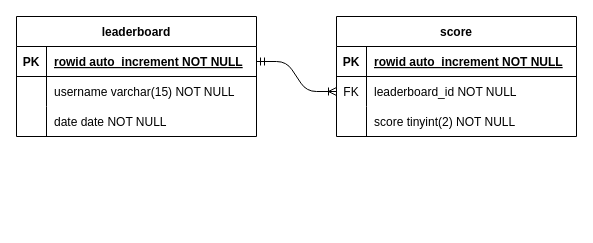
Before: evidence/databasePlanning.drawio in hdert/python-dungeons, a draw.io diagram. Source tidied: cells renumbered, new cells numbered last; positions are measured from the earlier drawing's top-left corner, leaving out a move shared by most shapes. Both pictures are drawn from the tidied source at 100%, with x=0, y=0 at pixel (16, 16).
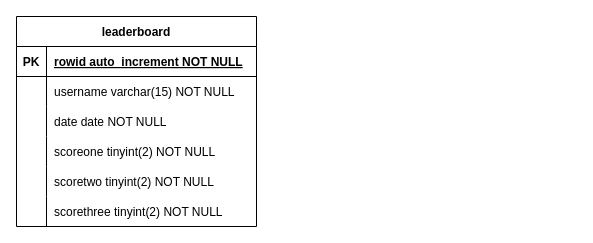
The same diagram, later.

Unchanged cells that the change refers to:
```xml
<mxCell id="4" style="shape=partialRectangle;fillColor=none;top=0;left=0;bottom=1;right=0;points=[[0,0.5],[1,0.5]];portConstraint=eastwest;" parent="3" vertex="1">
  <mxGeometry y="30" width="240" height="30" as="geometry" />
</mxCell>
```

What changed in the source:
```diff
@@
-    <mxCell id="2" style="edgeStyle=entityRelationEdgeStyle;fontSize=12;html=1;endArrow=ERoneToMany;startArrow=ERmandOne;endFill=0;startFill=0;" parent="1" edge="1" source="4" target="17">
-      <mxGeometry relative="1" as="geometry" />
-    </mxCell>
     <mxCell id="3" value="leaderboard" style="shape=table;startSize=30;childLayout=tableLayout;rowLines=0;fontStyle=1;align=center;" parent="1" vertex="1">
-      <mxGeometry width="240" height="120" as="geometry" />
+      <mxGeometry width="240" height="210" as="geometry" />
     </mxCell>
@@
-    <mxCell id="13" value="score" style="shape=table;startSize=30;childLayout=tableLayout;rowLines=0;fontStyle=1;align=center;" parent="1" vertex="1">
-      <mxGeometry x="320" width="240" height="120" as="geometry" />
-    </mxCell>
-    <mxCell id="14" style="shape=partialRectangle;fillColor=none;top=0;left=0;bottom=1;right=0;" parent="13" vertex="1">
-      <mxGeometry y="30" width="240" height="30" as="geometry" />
-    </mxCell>
-    <mxCell id="15" value="PK" style="shape=partialRectangle;fillColor=none;top=0;left=0;bottom=0;right=0;fontStyle=1;overflow=hidden;" parent="14" vertex="1">
-      <mxGeometry width="30" height="30" as="geometry" />
-    </mxCell>
-    <mxCell id="16" value="rowid auto_increment NOT NULL" style="shape=partialRectangle;fillColor=none;top=0;left=0;bottom=0;right=0;align=left;spacingLeft=6;fontStyle=5;overflow=hidden;" parent="14" vertex="1">
-      <mxGeometry x="30" width="210" height="30" as="geometry" />
-    </mxCell>
-    <mxCell id="17" style="shape=partialRectangle;fillColor=none;top=0;left=0;bottom=0;right=0;points=[[0,0.5],[1,0.5]];portConstraint=eastwest;" parent="13" vertex="1">
-      <mxGeometry y="60" width="240" height="30" as="geometry" />
-    </mxCell>
-    <mxCell id="18" value="FK" style="shape=partialRectangle;fillColor=none;top=0;left=0;bottom=0;right=0;overflow=hidden;" parent="17" vertex="1">
-      <mxGeometry width="30" height="30" as="geometry" />
-    </mxCell>
-    <mxCell id="19" value="leaderboard_id NOT NULL" style="shape=partialRectangle;fillColor=none;top=0;left=0;bottom=0;right=0;align=left;spacingLeft=6;overflow=hidden;" parent="17" vertex="1">
-      <mxGeometry x="30" width="210" height="30" as="geometry" />
-    </mxCell>
-    <mxCell id="20" style="shape=partialRectangle;fillColor=none;top=0;left=0;bottom=0;right=0;" parent="13" vertex="1">
-      <mxGeometry y="90" width="240" height="30" as="geometry" />
-    </mxCell>
-    <mxCell id="21" style="shape=partialRectangle;fillColor=none;top=0;left=0;bottom=0;right=0;overflow=hidden;" parent="20" vertex="1">
-      <mxGeometry width="30" height="30" as="geometry" />
-    </mxCell>
-    <mxCell id="22" value="score tinyint(2) NOT NULL" style="shape=partialRectangle;fillColor=none;top=0;left=0;bottom=0;right=0;align=left;spacingLeft=6;overflow=hidden;" parent="20" vertex="1">
-      <mxGeometry x="30" width="210" height="30" as="geometry" />
-    </mxCell>
+    <mxCell id="23" style="shape=partialRectangle;fillColor=none;top=0;left=0;bottom=0;right=0;" parent="3" vertex="1">
+      <mxGeometry y="120" width="240" height="30" as="geometry" />
+    </mxCell>
+    <mxCell id="24" style="shape=partialRectangle;fillColor=none;top=0;left=0;bottom=0;right=0;overflow=hidden;" parent="23" vertex="1">
+      <mxGeometry width="30" height="30" as="geometry" />
+    </mxCell>
+    <mxCell id="25" value="scoreone tinyint(2) NOT NULL" style="shape=partialRectangle;fillColor=none;top=0;left=0;bottom=0;right=0;align=left;spacingLeft=6;overflow=hidden;" parent="23" vertex="1">
+      <mxGeometry x="30" width="210" height="30" as="geometry" />
+    </mxCell>
+    <mxCell id="26" style="shape=partialRectangle;fillColor=none;top=0;left=0;bottom=0;right=0;" parent="3" vertex="1">
+      <mxGeometry y="150" width="240" height="30" as="geometry" />
+    </mxCell>
+    <mxCell id="27" style="shape=partialRectangle;fillColor=none;top=0;left=0;bottom=0;right=0;overflow=hidden;" parent="26" vertex="1">
+      <mxGeometry width="30" height="30" as="geometry" />
+    </mxCell>
+    <mxCell id="28" value="scoretwo tinyint(2) NOT NULL" style="shape=partialRectangle;fillColor=none;top=0;left=0;bottom=0;right=0;align=left;spacingLeft=6;overflow=hidden;" parent="26" vertex="1">
+      <mxGeometry x="30" width="210" height="30" as="geometry" />
+    </mxCell>
+    <mxCell id="29" style="shape=partialRectangle;fillColor=none;top=0;left=0;bottom=0;right=0;" parent="3" vertex="1">
+      <mxGeometry y="180" width="240" height="30" as="geometry" />
+    </mxCell>
+    <mxCell id="30" style="shape=partialRectangle;fillColor=none;top=0;left=0;bottom=0;right=0;overflow=hidden;" parent="29" vertex="1">
+      <mxGeometry width="30" height="30" as="geometry" />
+    </mxCell>
+    <mxCell id="31" value="scorethree tinyint(2) NOT NULL" style="shape=partialRectangle;fillColor=none;top=0;left=0;bottom=0;right=0;align=left;spacingLeft=6;overflow=hidden;" parent="29" vertex="1">
+      <mxGeometry x="30" width="210" height="30" as="geometry" />
+    </mxCell>
```
